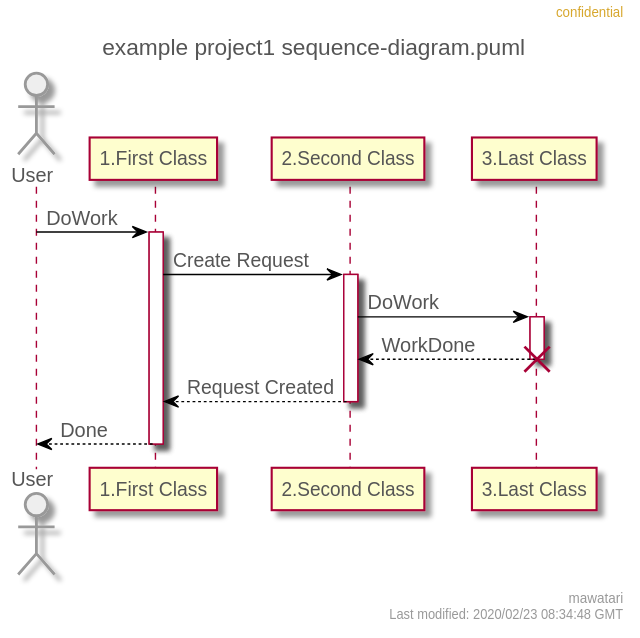
mawatari/example-project-uml keeps this PlantUML diagram as sequence-diagram.svg. Above is the earlier version.
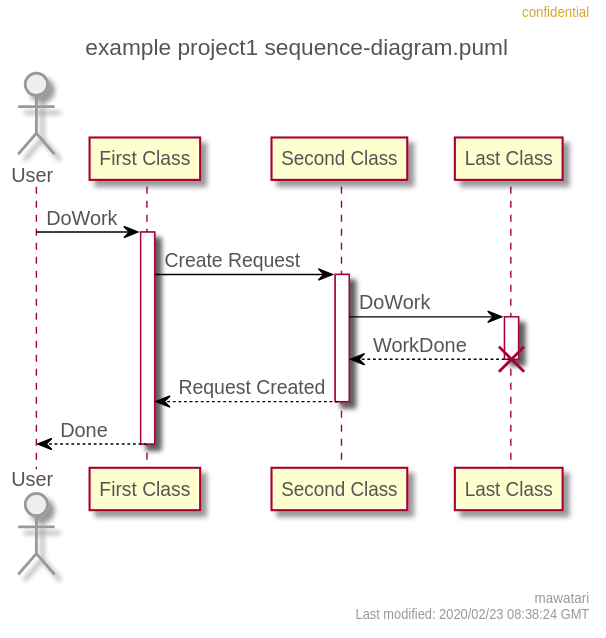
After the commit.

Commit message:
Automatically generated PlantUML images.

Change to the diagram source:
```diff
@@ -43,13 +43,13 @@
   DiamondBorderColor #999999
 }
 right header confidential
-right footer mawatari\nLast modified: 2020/02/23 08:34:48 GMT
+right footer mawatari\nLast modified: 2020/02/23 08:38:24 GMT
 title example project1 sequence-diagram.puml
 
 actor User
-participant "1.First Class" as A
-participant "2.Second Class" as B
-participant "3.Last Class" as C
+participant "First Class" as A
+participant "Second Class" as B
+participant "Last Class" as C
 
 User -> A: DoWork
 activate A
```
